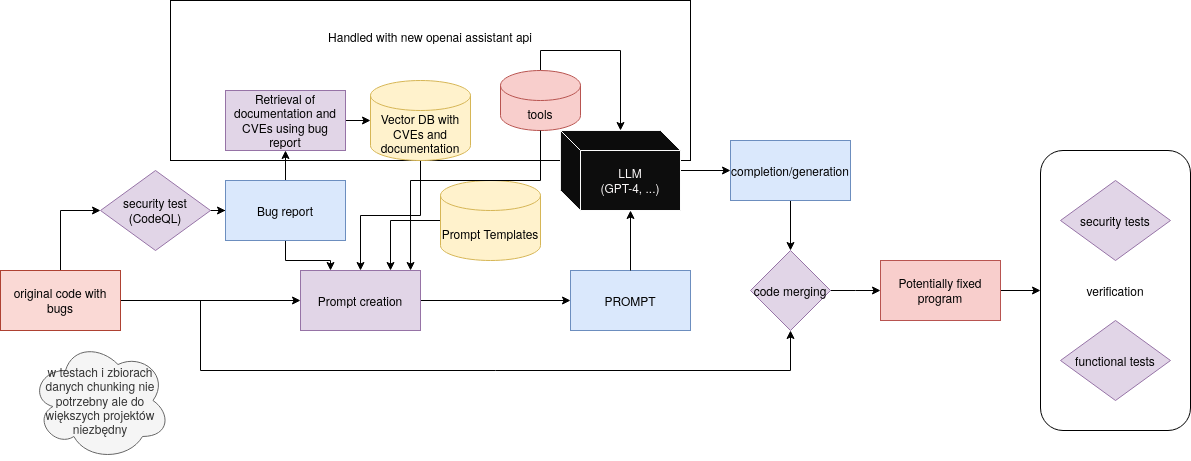
Earlier version of the draw.io export gptester.drawio.png (70ziko/gptester). Source tidied: cells renumbered, new cells last; positions are measured from the earlier drawing's top-left corner, leaving out a move shared by most shapes.
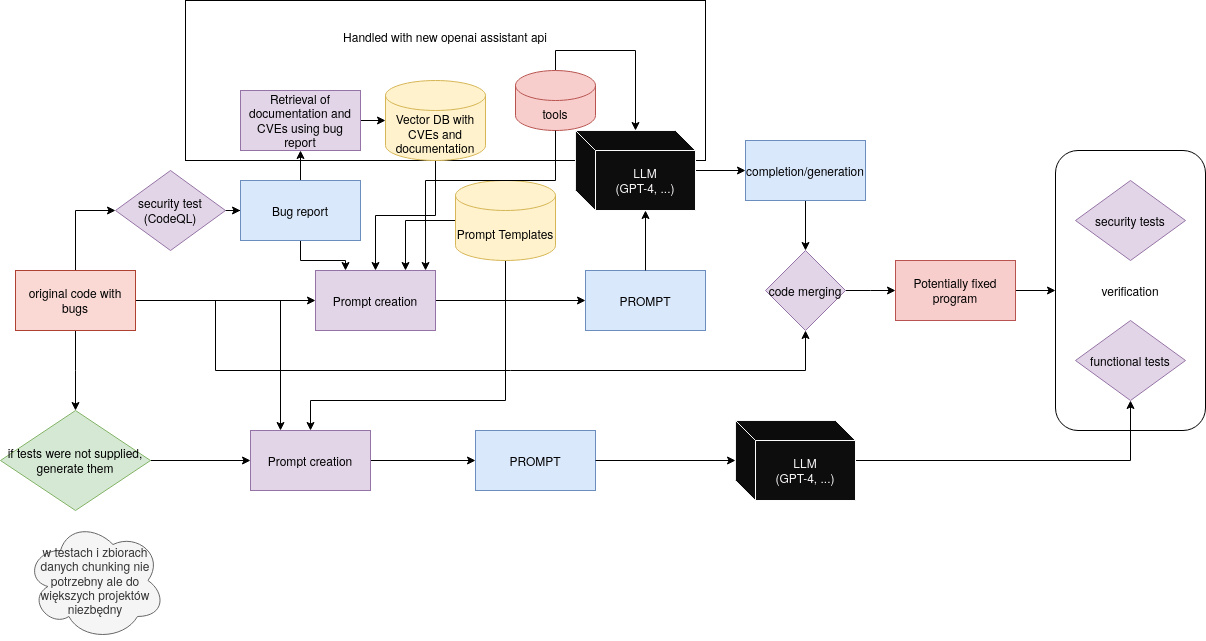
Above is the later version.

Change to the diagram source:
```diff
@@ -14,6 +14,14 @@
     <mxCell id="5" style="edgeStyle=orthogonalEdgeStyle;rounded=0;jettySize=auto;html=1;entryX=0;entryY=0.5;entryDx=0;entryDy=0;" parent="1" edge="1" source="6" target="19">
       <mxGeometry relative="1" as="geometry" />
     </mxCell>
+    <mxCell id="37" style="edgeStyle=orthogonalEdgeStyle;rounded=0;jettySize=auto;html=1;" parent="1" edge="1" source="6">
+      <mxGeometry relative="1" as="geometry">
+        <mxPoint x="60" y="410" as="targetPoint" />
+      </mxGeometry>
+    </mxCell>
+    <mxCell id="38" style="edgeStyle=orthogonalEdgeStyle;rounded=0;jettySize=auto;html=1;entryX=0.25;entryY=0;entryDx=0;entryDy=0;" parent="1" edge="1" source="6" target="43">
+      <mxGeometry relative="1" as="geometry" />
+    </mxCell>
     <mxCell id="6" value="original code with bugs" style="rounded=0;whiteSpace=wrap;html=1;fillColor=#fad9d5;strokeColor=#ae4132;" parent="1" vertex="1">
       <mxGeometry y="270" width="120" height="60" as="geometry" />
     </mxCell>
@@ -41,6 +49,14 @@
     <mxCell id="14" style="edgeStyle=orthogonalEdgeStyle;rounded=0;jettySize=auto;html=1;entryX=0.75;entryY=0;entryDx=0;entryDy=0;" parent="1" edge="1" source="15" target="19">
       <mxGeometry relative="1" as="geometry" />
     </mxCell>
+    <mxCell id="39" style="edgeStyle=orthogonalEdgeStyle;rounded=0;jettySize=auto;html=1;entryX=0.5;entryY=0;entryDx=0;entryDy=0;" parent="1" edge="1" source="15" target="43">
+      <mxGeometry relative="1" as="geometry">
+        <Array as="points">
+          <mxPoint x="490" y="400" />
+          <mxPoint x="295" y="400" />
+        </Array>
+      </mxGeometry>
+    </mxCell>
     <mxCell id="15" value="Prompt Templates" style="shape=cylinder3;whiteSpace=wrap;html=1;boundedLbl=1;backgroundOutline=1;size=15;fillColor=#fff2cc;strokeColor=#d6b656;" parent="1" vertex="1">
       <mxGeometry x="440" y="180" width="100" height="80" as="geometry" />
     </mxCell>
@@ -92,7 +108,7 @@
       <mxGeometry x="750" y="250" width="80" height="80" as="geometry" />
     </mxCell>
     <mxCell id="29" value="w testach i zbiorach danych chunking nie potrzebny ale do większych projektów niezbędny" style="ellipse;shape=cloud;whiteSpace=wrap;html=1;fillColor=#f5f5f5;strokeColor=#666666;fontColor=#333333;" parent="1" vertex="1">
-      <mxGeometry x="30" y="340" width="140" height="120" as="geometry" />
+      <mxGeometry x="10" y="520" width="140" height="120" as="geometry" />
     </mxCell>
     <mxCell id="30" style="edgeStyle=orthogonalEdgeStyle;rounded=0;jettySize=auto;html=1;entryX=0;entryY=0.5;entryDx=0;entryDy=0;" parent="1" edge="1" source="31" target="3">
       <mxGeometry relative="1" as="geometry" />
@@ -125,5 +141,29 @@
         </Array>
       </mxGeometry>
     </mxCell>
+    <mxCell id="40" style="edgeStyle=orthogonalEdgeStyle;rounded=0;jettySize=auto;html=1;entryX=0;entryY=0.5;entryDx=0;entryDy=0;" parent="1" edge="1" source="41" target="43">
+      <mxGeometry relative="1" as="geometry" />
+    </mxCell>
+    <mxCell id="41" value="if tests were not supplied, generate them" style="rhombus;whiteSpace=wrap;html=1;fillColor=#d5e8d4;strokeColor=#82b366;" parent="1" vertex="1">
+      <mxGeometry x="-15" y="410" width="150" height="100" as="geometry" />
+    </mxCell>
+    <mxCell id="42" style="edgeStyle=orthogonalEdgeStyle;rounded=0;jettySize=auto;html=1;" parent="1" edge="1" source="43" target="44">
+      <mxGeometry relative="1" as="geometry" />
+    </mxCell>
+    <mxCell id="43" value="Prompt creation" style="rounded=0;whiteSpace=wrap;html=1;fillColor=#e1d5e7;strokeColor=#9673a6;" parent="1" vertex="1">
+      <mxGeometry x="235" y="430" width="120" height="60" as="geometry" />
+    </mxCell>
+    <mxCell id="44" value="PROMPT" style="rounded=0;whiteSpace=wrap;html=1;fillColor=#dae8fc;strokeColor=#6c8ebf;" parent="1" vertex="1">
+      <mxGeometry x="460" y="430" width="120" height="60" as="geometry" />
+    </mxCell>
+    <mxCell id="45" style="edgeStyle=orthogonalEdgeStyle;rounded=0;jettySize=auto;html=1;" parent="1" edge="1" source="46" target="33">
+      <mxGeometry relative="1" as="geometry" />
+    </mxCell>
+    <mxCell id="46" value="&lt;div&gt;LLM&lt;/div&gt;&lt;div&gt;(GPT-4, ...)&lt;br&gt;&lt;/div&gt;" style="shape=cube;whiteSpace=wrap;html=1;boundedLbl=1;backgroundOutline=1;darkOpacity=0.05;darkOpacity2=0.1;fillColor=#0D0D0D;strokeColor=#FCFCFC;fontColor=#FAF7F7;" parent="1" vertex="1">
+      <mxGeometry x="720" y="420" width="120" height="80" as="geometry" />
+    </mxCell>
+    <mxCell id="47" style="edgeStyle=orthogonalEdgeStyle;rounded=0;jettySize=auto;html=1;" parent="1" edge="1" source="44" target="46">
+      <mxGeometry relative="1" as="geometry" />
+    </mxCell>
   </root>
 </mxGraphModel>
```
